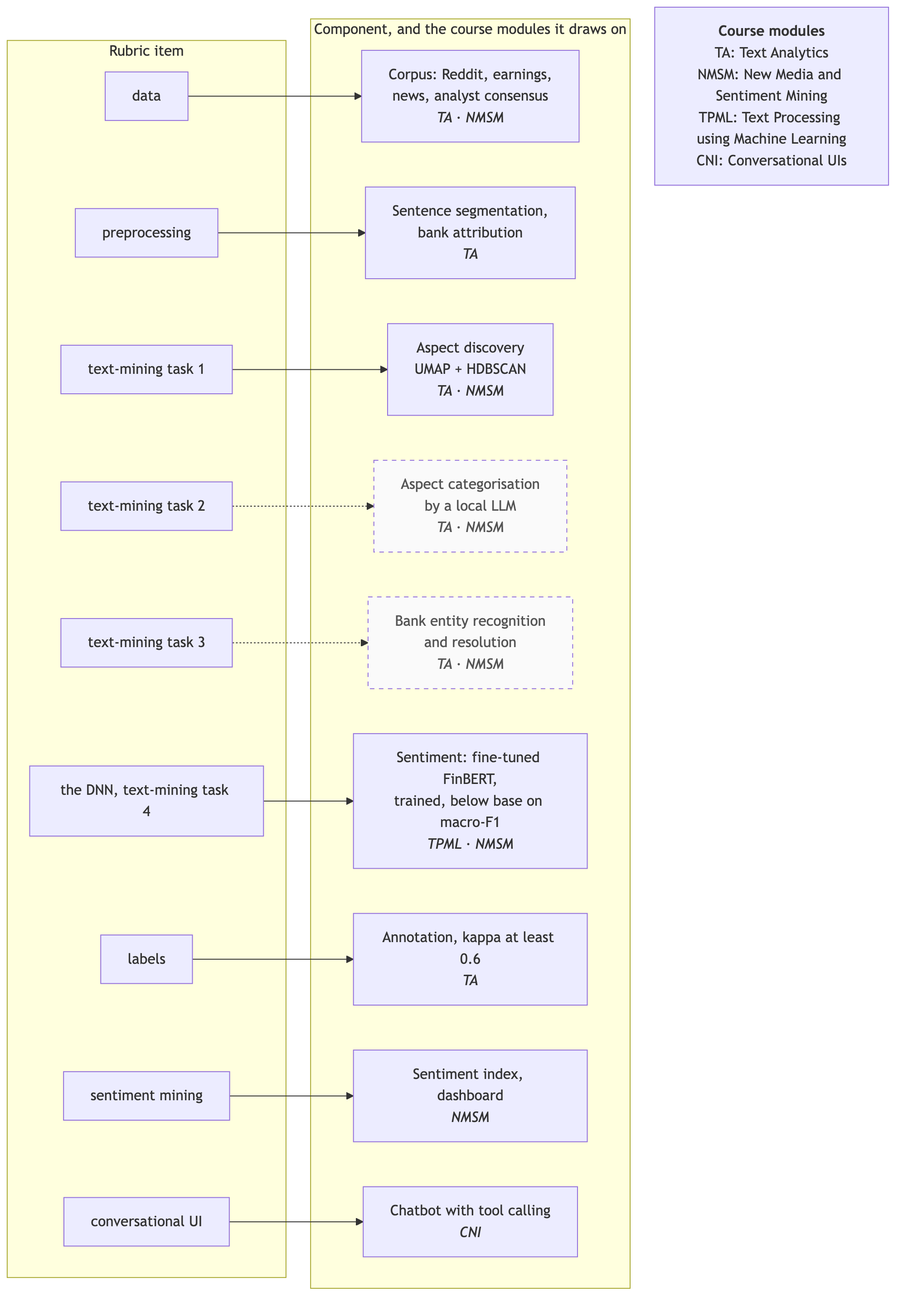
Gavingyh/plp-project keeps this Mermaid diagram as docs/diagrams/img/17-rubric-map.png. Above is the earlier version. Its source is kept beside it as docs/diagrams/src/17-rubric-map.mmd.
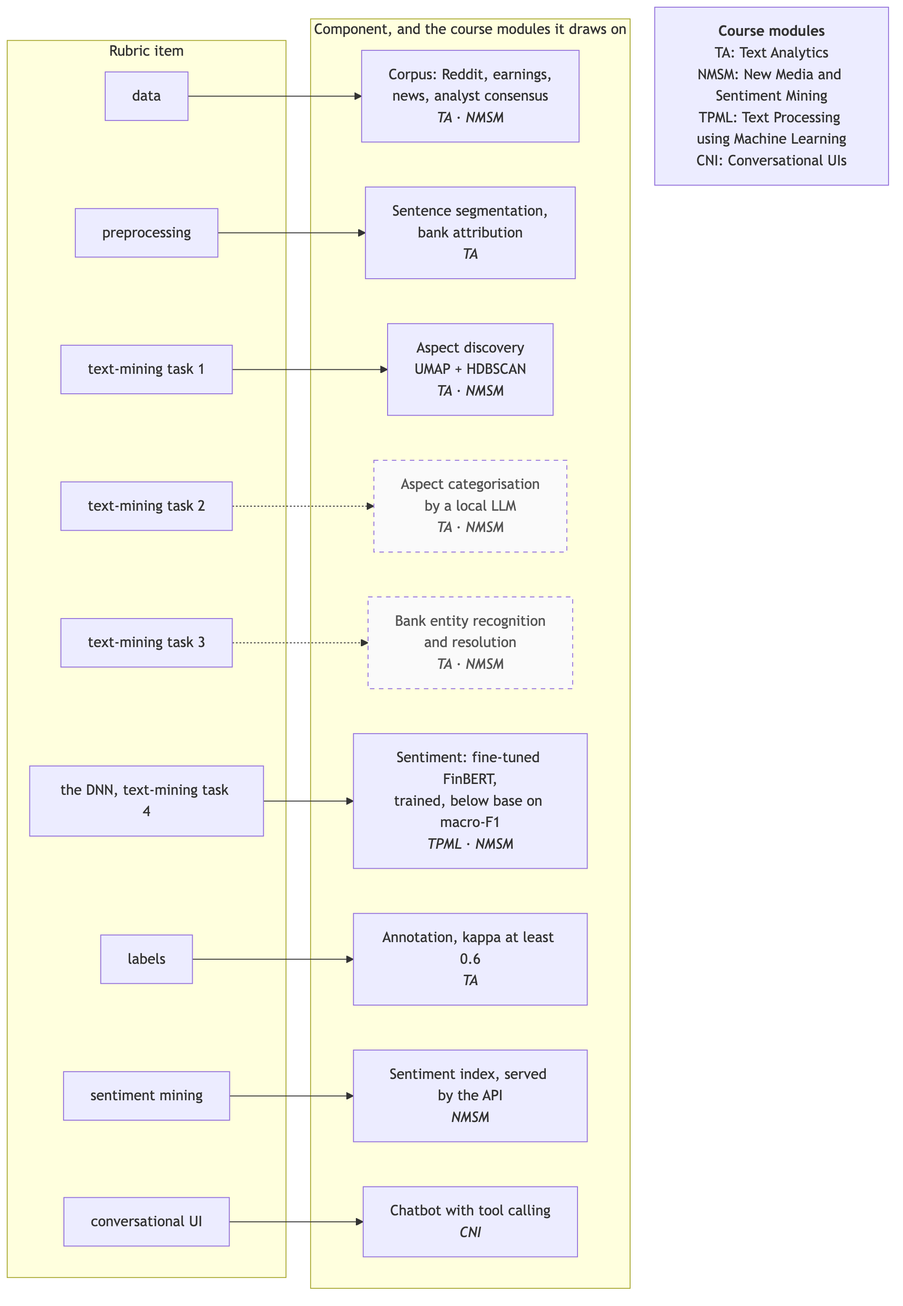
Above is the later version.

Change to the diagram source:
```diff
@@ -22,7 +22,7 @@
     c5["Bank entity recognition<br/>and resolution<br/><i>TA · NMSM</i>"]
     c6["Sentiment: fine-tuned FinBERT,<br/>trained, below base on macro-F1<br/><i>TPML · NMSM</i>"]
     c7["Annotation, kappa at least 0.6<br/><i>TA</i>"]
-    c8["Sentiment index, dashboard<br/><i>NMSM</i>"]
+    c8["Sentiment index, served by the API<br/><i>NMSM</i>"]
     c9["Chatbot with tool calling<br/><i>CNI</i>"]
   end
 
```
